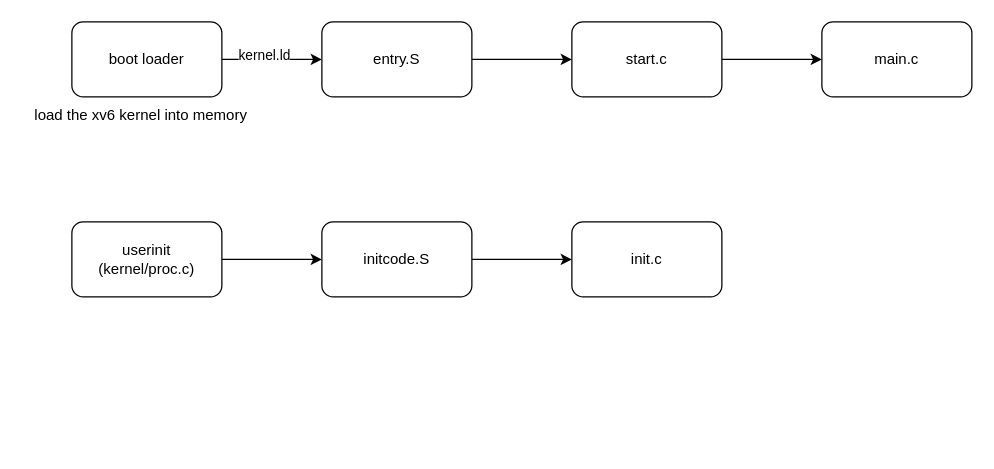
Before: xv6.drawio in zhongchun/daily, a draw.io diagram. Source tidied: cells renumbered, new cells numbered last; positions are measured from the earlier drawing's top-left corner, leaving out a move shared by most shapes. Both pictures are drawn from the tidied source at 125%, with x=0, y=0 at pixel (21, 21).
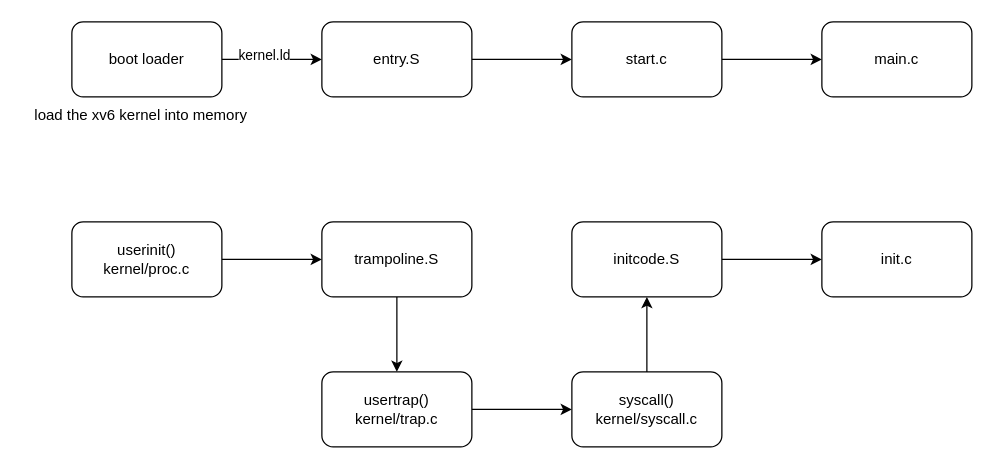
After the change.

The edit, as a diff of the source:
```diff
@@
-    <mxCell id="11" style="edgeStyle=orthogonalEdgeStyle;rounded=0;jettySize=auto;html=1;" parent="1" edge="1" source="12" target="14">
-      <mxGeometry relative="1" as="geometry" />
-    </mxCell>
+    <mxCell id="16" style="edgeStyle=orthogonalEdgeStyle;rounded=0;jettySize=auto;html=1;" parent="1" edge="1" source="12" target="18">
+      <mxGeometry relative="1" as="geometry" />
+    </mxCell>
-    <mxCell id="12" value="userinit (kernel/proc.c)" style="rounded=1;whiteSpace=wrap;html=1;" parent="1" vertex="1">
+    <mxCell id="12" value="userinit()&lt;br&gt;kernel/proc.c" style="rounded=1;whiteSpace=wrap;html=1;" parent="1" vertex="1">
       <mxGeometry x="40" y="160" width="120" height="60" as="geometry" />
     </mxCell>
@@
     <mxCell id="14" value="initcode.S" style="rounded=1;whiteSpace=wrap;html=1;" parent="1" vertex="1">
-      <mxGeometry x="240" y="160" width="120" height="60" as="geometry" />
+      <mxGeometry x="440" y="160" width="120" height="60" as="geometry" />
     </mxCell>
     <mxCell id="15" value="init.c" style="rounded=1;whiteSpace=wrap;html=1;" parent="1" vertex="1">
-      <mxGeometry x="440" y="160" width="120" height="60" as="geometry" />
+      <mxGeometry x="640" y="160" width="120" height="60" as="geometry" />
     </mxCell>
+    <mxCell id="17" style="edgeStyle=orthogonalEdgeStyle;rounded=0;jettySize=auto;html=1;entryX=0.5;entryY=0;entryDx=0;entryDy=0;" parent="1" edge="1" source="18" target="20">
+      <mxGeometry relative="1" as="geometry" />
+    </mxCell>
+    <mxCell id="18" value="trampoline.S" style="rounded=1;whiteSpace=wrap;html=1;" parent="1" vertex="1">
+      <mxGeometry x="240" y="160" width="120" height="60" as="geometry" />
+    </mxCell>
+    <mxCell id="19" style="edgeStyle=orthogonalEdgeStyle;rounded=0;jettySize=auto;html=1;" parent="1" edge="1" source="20" target="22">
+      <mxGeometry relative="1" as="geometry" />
+    </mxCell>
+    <mxCell id="20" value="usertrap()&lt;br&gt;kernel/trap.c" style="rounded=1;whiteSpace=wrap;html=1;" parent="1" vertex="1">
+      <mxGeometry x="240" y="280" width="120" height="60" as="geometry" />
+    </mxCell>
+    <mxCell id="21" style="edgeStyle=orthogonalEdgeStyle;rounded=0;jettySize=auto;html=1;" parent="1" edge="1" source="22" target="14">
+      <mxGeometry relative="1" as="geometry" />
+    </mxCell>
+    <mxCell id="22" value="syscall()&lt;br&gt;kernel/syscall.c" style="rounded=1;whiteSpace=wrap;html=1;" parent="1" vertex="1">
+      <mxGeometry x="440" y="280" width="120" height="60" as="geometry" />
+    </mxCell>
```
